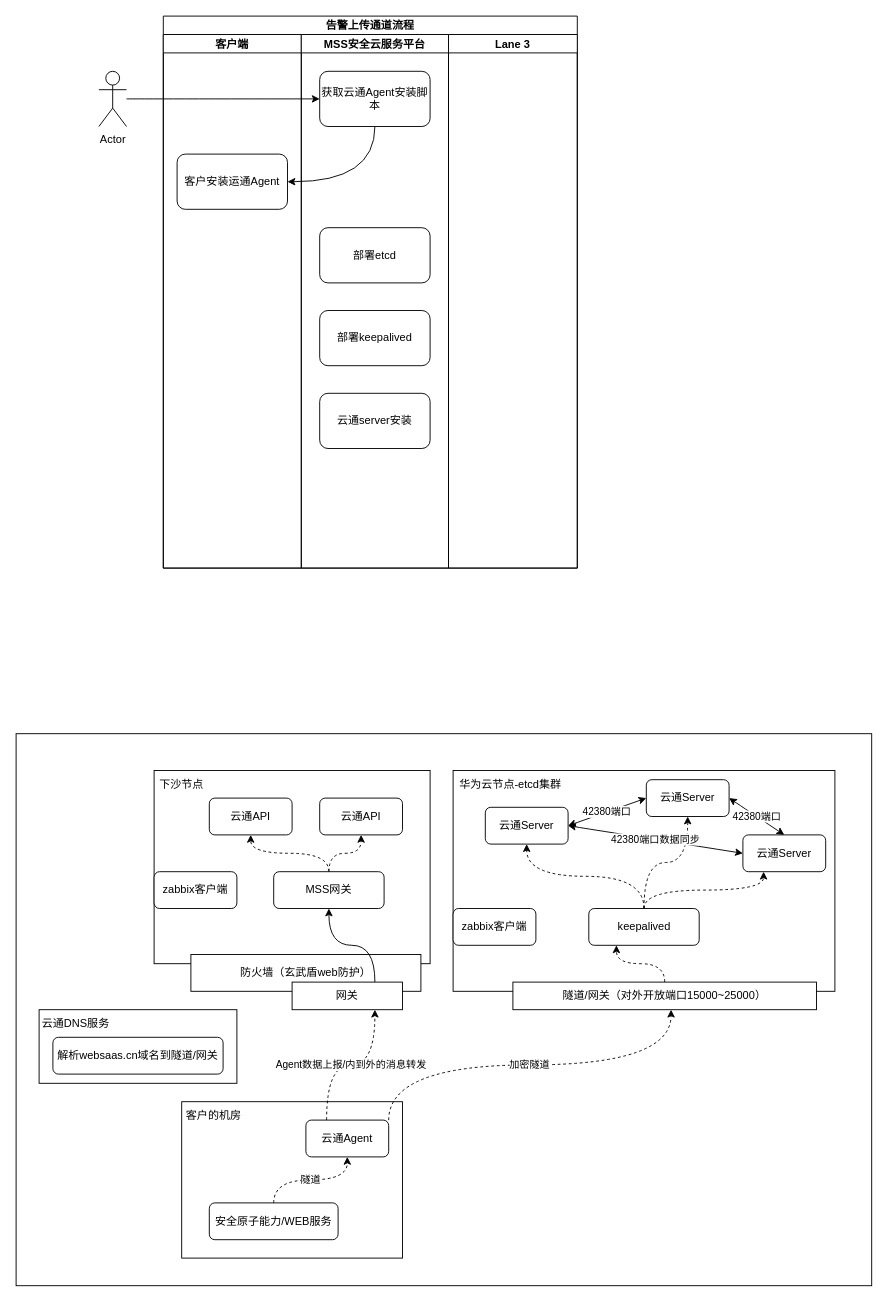
The draw.io diagram ah-security/src/main/resources/mss/告警上传通道流程.drawio in zhansc/worksheet, before the edit. Source tidied: cells renumbered, new cells numbered last; positions are measured from the earlier drawing's top-left corner, leaving out a move shared by most shapes. Both pictures are drawn from the tidied source at 92%, with x=0, y=0 at pixel (16, 16).
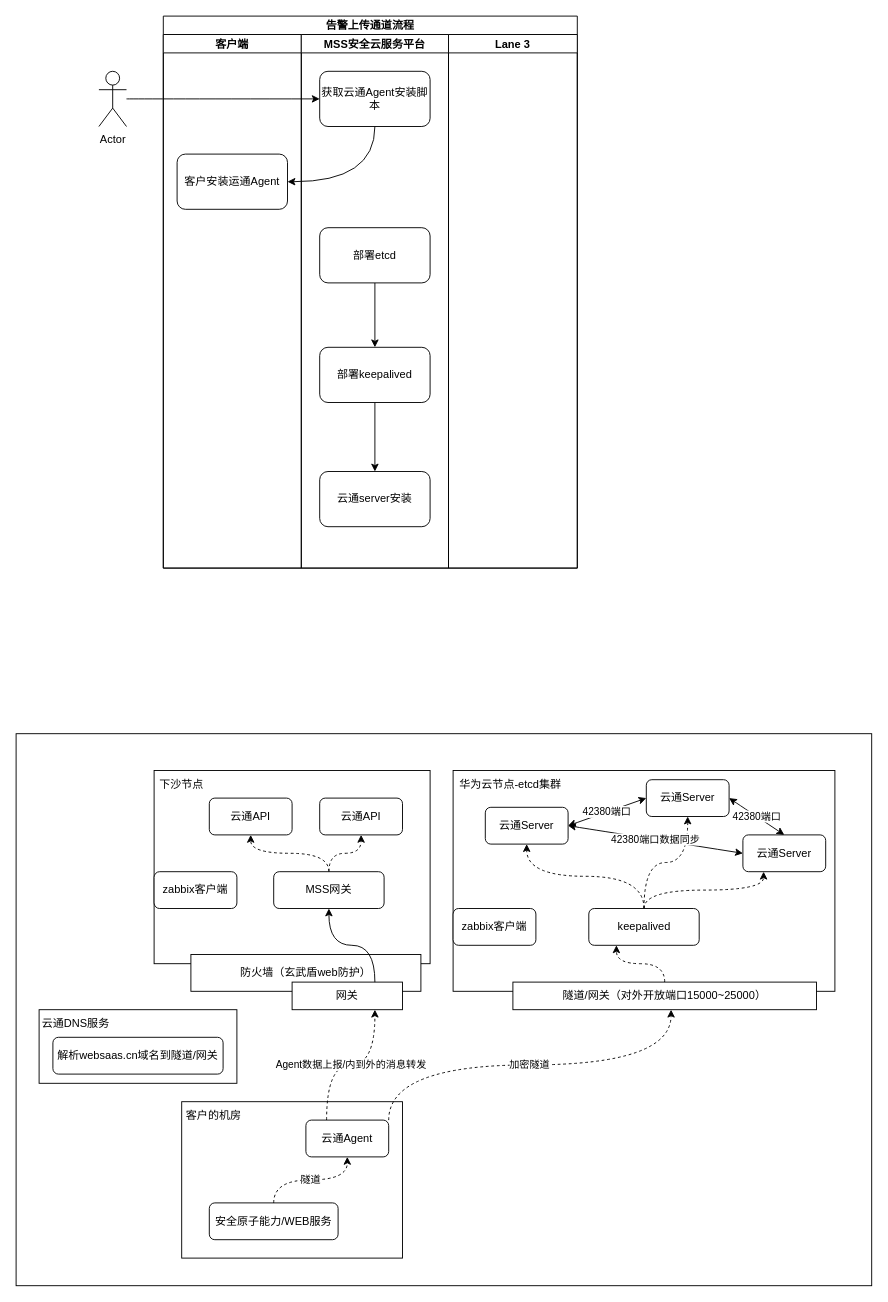
Above is the later version.

Commit message (it also covers changes not shown here):
修改告警上传通道流程

The change refers to these unchanged cells:
```xml
<mxCell id="9" value="MSS安全云服务平台" style="swimlane;startSize=20;" parent="6" vertex="1">
  <mxGeometry x="150" y="20" width="160" height="580" as="geometry" />
</mxCell>
<mxCell id="13" value="部署etcd" style="rounded=1;whiteSpace=wrap;html=1;" parent="9" vertex="1">
  <mxGeometry x="20" y="210" width="120" height="60" as="geometry" />
</mxCell>
```

Change to the diagram source:
```diff
@@
     <mxCell id="11" value="云通server安装" style="rounded=1;whiteSpace=wrap;html=1;" parent="9" vertex="1">
-      <mxGeometry x="20" y="390" width="120" height="60" as="geometry" />
+      <mxGeometry x="20" y="475" width="120" height="60" as="geometry" />
     </mxCell>
+    <mxCell id="51" style="edgeStyle=none;html=1;" parent="9" edge="1" source="12" target="11">
+      <mxGeometry relative="1" as="geometry" />
+    </mxCell>
     <mxCell id="12" value="部署keepalived" style="rounded=1;whiteSpace=wrap;html=1;" parent="9" vertex="1">
-      <mxGeometry x="20" y="300" width="120" height="60" as="geometry" />
+      <mxGeometry x="20" y="340" width="120" height="60" as="geometry" />
     </mxCell>
+    <mxCell id="52" style="edgeStyle=none;html=1;" parent="9" edge="1" source="13" target="12">
+      <mxGeometry relative="1" as="geometry" />
+    </mxCell>
```
